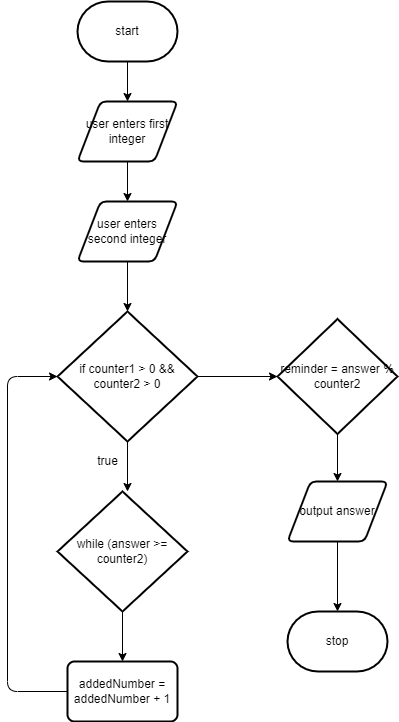
Earlier version of the draw.io export designs/flowchart.png (zaida-hammel/ICS2O-Unit5-08-JS). Source tidied: cells renumbered, new cells last; positions are measured from the earlier drawing's top-left corner, leaving out a move shared by most shapes. Source of this version:
```xml
<mxGraphModel>
  <root>
    <mxCell id="0" />
    <mxCell id="1" parent="0" />
    <mxCell id="2" style="edgeStyle=none;html=1;" parent="1" edge="1" source="3" target="5">
      <mxGeometry relative="1" as="geometry" />
    </mxCell>
    <mxCell id="3" value="start" style="strokeWidth=2;html=1;shape=mxgraph.flowchart.terminator;whiteSpace=wrap;" parent="1" vertex="1">
      <mxGeometry x="70" width="100" height="60" as="geometry" />
    </mxCell>
    <mxCell id="4" style="edgeStyle=none;html=1;" parent="1" edge="1" source="5" target="7">
      <mxGeometry relative="1" as="geometry" />
    </mxCell>
    <mxCell id="5" value="user enters first integer" style="shape=parallelogram;html=1;strokeWidth=2;perimeter=parallelogramPerimeter;whiteSpace=wrap;rounded=1;arcSize=12;size=0.23;" parent="1" vertex="1">
      <mxGeometry x="70" y="100" width="100" height="60" as="geometry" />
    </mxCell>
    <mxCell id="6" style="edgeStyle=none;html=1;" parent="1" edge="1" source="7" target="10">
      <mxGeometry relative="1" as="geometry" />
    </mxCell>
    <mxCell id="7" value="user enters second integer" style="shape=parallelogram;html=1;strokeWidth=2;perimeter=parallelogramPerimeter;whiteSpace=wrap;rounded=1;arcSize=12;size=0.23;" parent="1" vertex="1">
      <mxGeometry x="70" y="200" width="100" height="60" as="geometry" />
    </mxCell>
    <mxCell id="8" style="edgeStyle=none;html=1;entryX=0.5;entryY=0;entryDx=0;entryDy=0;" parent="1" edge="1" source="10">
      <mxGeometry relative="1" as="geometry">
        <mxPoint x="120" y="490" as="targetPoint" />
      </mxGeometry>
    </mxCell>
    <mxCell id="9" style="edgeStyle=none;html=1;" parent="1" edge="1" source="10" target="16">
      <mxGeometry relative="1" as="geometry" />
    </mxCell>
    <mxCell id="10" value="if counter1 &amp;gt; 0 &amp;amp;&amp;amp;&lt;br&gt;counter2 &amp;gt; 0" style="strokeWidth=2;html=1;shape=mxgraph.flowchart.decision;whiteSpace=wrap;" parent="1" vertex="1">
      <mxGeometry x="50" y="310" width="140" height="130" as="geometry" />
    </mxCell>
    <mxCell id="11" value="true" style="text;html=1;align=center;verticalAlign=middle;strokeColor=none;fillColor=none;" parent="1" vertex="1">
      <mxGeometry x="80" y="450" width="40" height="20" as="geometry" />
    </mxCell>
    <mxCell id="12" style="edgeStyle=none;html=1;" parent="1" edge="1" source="13" target="14">
      <mxGeometry relative="1" as="geometry" />
    </mxCell>
    <mxCell id="13" value="while (answer &amp;gt;= counter2)" style="strokeWidth=2;html=1;shape=mxgraph.flowchart.decision;whiteSpace=wrap;" parent="1" vertex="1">
      <mxGeometry x="50" y="490" width="130" height="120" as="geometry" />
    </mxCell>
    <mxCell id="14" value="&lt;div&gt;addedNumber = addedNumber + 1&lt;/div&gt;" style="rounded=1;whiteSpace=wrap;html=1;absoluteArcSize=1;arcSize=14;strokeWidth=2;" parent="1" vertex="1">
      <mxGeometry x="60" y="660" width="110" height="60" as="geometry" />
    </mxCell>
    <mxCell id="15" style="edgeStyle=none;html=1;" parent="1" edge="1" source="16" target="18">
      <mxGeometry relative="1" as="geometry" />
    </mxCell>
    <mxCell id="16" value="reminder = answer % counter2" style="strokeWidth=2;html=1;shape=mxgraph.flowchart.decision;whiteSpace=wrap;" parent="1" vertex="1">
      <mxGeometry x="270" y="317.5" width="120" height="115" as="geometry" />
    </mxCell>
    <mxCell id="17" style="edgeStyle=none;html=1;" parent="1" edge="1" source="18">
      <mxGeometry relative="1" as="geometry">
        <mxPoint x="330" y="610" as="targetPoint" />
      </mxGeometry>
    </mxCell>
    <mxCell id="18" value="output answer" style="shape=parallelogram;html=1;strokeWidth=2;perimeter=parallelogramPerimeter;whiteSpace=wrap;rounded=1;arcSize=12;size=0.23;" parent="1" vertex="1">
      <mxGeometry x="280" y="480" width="100" height="60" as="geometry" />
    </mxCell>
    <mxCell id="19" style="edgeStyle=segmentEdgeStyle;endArrow=classic;html=1;exitX=0;exitY=0.5;exitDx=0;exitDy=0;entryX=0;entryY=0.5;entryDx=0;entryDy=0;entryPerimeter=0;" parent="1" edge="1" source="14" target="10">
      <mxGeometry relative="1" as="geometry">
        <Array as="points">
          <mxPoint y="690" />
          <mxPoint y="375" />
        </Array>
      </mxGeometry>
    </mxCell>
    <mxCell id="20" value="stop" style="strokeWidth=2;html=1;shape=mxgraph.flowchart.terminator;whiteSpace=wrap;" parent="1" vertex="1">
      <mxGeometry x="280" y="610" width="100" height="60" as="geometry" />
    </mxCell>
  </root>
</mxGraphModel>
```
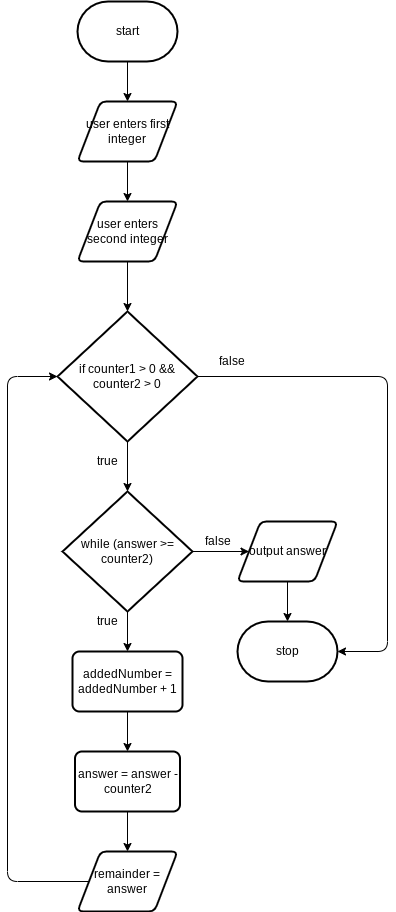
The same diagram one commit later.

Change to the diagram source:
```diff
@@ -25,9 +25,6 @@
         <mxPoint x="120" y="490" as="targetPoint" />
       </mxGeometry>
     </mxCell>
-    <mxCell id="9" style="edgeStyle=none;html=1;" parent="1" edge="1" source="10" target="16">
-      <mxGeometry relative="1" as="geometry" />
-    </mxCell>
     <mxCell id="10" value="if counter1 &amp;gt; 0 &amp;amp;&amp;amp;&lt;br&gt;counter2 &amp;gt; 0" style="strokeWidth=2;html=1;shape=mxgraph.flowchart.decision;whiteSpace=wrap;" parent="1" vertex="1">
       <mxGeometry x="50" y="310" width="140" height="130" as="geometry" />
     </mxCell>
@@ -37,36 +34,65 @@
     <mxCell id="12" style="edgeStyle=none;html=1;" parent="1" edge="1" source="13" target="14">
       <mxGeometry relative="1" as="geometry" />
     </mxCell>
+    <mxCell id="21" style="edgeStyle=none;html=1;entryX=0;entryY=0.5;entryDx=0;entryDy=0;" parent="1" edge="1" source="13" target="18">
+      <mxGeometry relative="1" as="geometry" />
+    </mxCell>
     <mxCell id="13" value="while (answer &amp;gt;= counter2)" style="strokeWidth=2;html=1;shape=mxgraph.flowchart.decision;whiteSpace=wrap;" parent="1" vertex="1">
-      <mxGeometry x="50" y="490" width="130" height="120" as="geometry" />
+      <mxGeometry x="55" y="490" width="130" height="120" as="geometry" />
     </mxCell>
+    <mxCell id="22" style="edgeStyle=none;html=1;entryX=0.5;entryY=0;entryDx=0;entryDy=0;" parent="1" edge="1" source="14" target="24">
+      <mxGeometry relative="1" as="geometry" />
+    </mxCell>
     <mxCell id="14" value="&lt;div&gt;addedNumber = addedNumber + 1&lt;/div&gt;" style="rounded=1;whiteSpace=wrap;html=1;absoluteArcSize=1;arcSize=14;strokeWidth=2;" parent="1" vertex="1">
-      <mxGeometry x="60" y="660" width="110" height="60" as="geometry" />
+      <mxGeometry x="65" y="650" width="110" height="60" as="geometry" />
     </mxCell>
-    <mxCell id="15" style="edgeStyle=none;html=1;" parent="1" edge="1" source="16" target="18">
-      <mxGeometry relative="1" as="geometry" />
-    </mxCell>
-    <mxCell id="16" value="reminder = answer % counter2" style="strokeWidth=2;html=1;shape=mxgraph.flowchart.decision;whiteSpace=wrap;" parent="1" vertex="1">
-      <mxGeometry x="270" y="317.5" width="120" height="115" as="geometry" />
-    </mxCell>
-    <mxCell id="17" style="edgeStyle=none;html=1;" parent="1" edge="1" source="18">
-      <mxGeometry relative="1" as="geometry">
-        <mxPoint x="330" y="610" as="targetPoint" />
-      </mxGeometry>
+    <mxCell id="17" style="edgeStyle=none;html=1;entryX=0.5;entryY=0;entryDx=0;entryDy=0;entryPerimeter=0;" parent="1" edge="1" source="18" target="20">
+      <mxGeometry relative="1" as="geometry" />
     </mxCell>
     <mxCell id="18" value="output answer" style="shape=parallelogram;html=1;strokeWidth=2;perimeter=parallelogramPerimeter;whiteSpace=wrap;rounded=1;arcSize=12;size=0.23;" parent="1" vertex="1">
-      <mxGeometry x="280" y="480" width="100" height="60" as="geometry" />
+      <mxGeometry x="230" y="520" width="100" height="60" as="geometry" />
     </mxCell>
-    <mxCell id="19" style="edgeStyle=segmentEdgeStyle;endArrow=classic;html=1;exitX=0;exitY=0.5;exitDx=0;exitDy=0;entryX=0;entryY=0.5;entryDx=0;entryDy=0;entryPerimeter=0;" parent="1" edge="1" source="14" target="10">
+    <mxCell id="19" style="edgeStyle=segmentEdgeStyle;endArrow=classic;html=1;entryX=0;entryY=0.5;entryDx=0;entryDy=0;entryPerimeter=0;exitX=0;exitY=0.5;exitDx=0;exitDy=0;" parent="1" edge="1" source="28" target="10">
       <mxGeometry relative="1" as="geometry">
         <Array as="points">
-          <mxPoint y="690" />
+          <mxPoint y="880" />
           <mxPoint y="375" />
         </Array>
       </mxGeometry>
     </mxCell>
+    <mxCell id="23" style="edgeStyle=none;html=1;" parent="1" edge="1" source="24" target="28">
+      <mxGeometry relative="1" as="geometry" />
+    </mxCell>
+    <mxCell id="24" value="answer = answer - counter2" style="rounded=1;whiteSpace=wrap;html=1;absoluteArcSize=1;arcSize=14;strokeWidth=2;" parent="1" vertex="1">
+      <mxGeometry x="67.5" y="750" width="105" height="60" as="geometry" />
+    </mxCell>
+    <mxCell id="25" value="false" style="text;html=1;align=center;verticalAlign=middle;strokeColor=none;fillColor=none;" parent="1" vertex="1">
+      <mxGeometry x="204" y="350" width="40" height="20" as="geometry" />
+    </mxCell>
+    <mxCell id="26" value="true" style="text;html=1;align=center;verticalAlign=middle;strokeColor=none;fillColor=none;" parent="1" vertex="1">
+      <mxGeometry x="80" y="610" width="40" height="20" as="geometry" />
+    </mxCell>
     <mxCell id="20" value="stop" style="strokeWidth=2;html=1;shape=mxgraph.flowchart.terminator;whiteSpace=wrap;" parent="1" vertex="1">
-      <mxGeometry x="280" y="610" width="100" height="60" as="geometry" />
+      <mxGeometry x="230" y="620" width="100" height="60" as="geometry" />
     </mxCell>
+    <mxCell id="27" style="edgeStyle=segmentEdgeStyle;endArrow=classic;html=1;exitX=1;exitY=0.5;exitDx=0;exitDy=0;exitPerimeter=0;entryX=1;entryY=0.5;entryDx=0;entryDy=0;entryPerimeter=0;" parent="1" edge="1" source="10" target="20">
+      <mxGeometry relative="1" as="geometry">
+        <Array as="points">
+          <mxPoint x="380" y="375" />
+          <mxPoint x="380" y="650" />
+        </Array>
+      </mxGeometry>
+    </mxCell>
+    <mxCell id="28" value="remainder = answer" style="shape=parallelogram;html=1;strokeWidth=2;perimeter=parallelogramPerimeter;whiteSpace=wrap;rounded=1;arcSize=12;size=0.23;" parent="1" vertex="1">
+      <mxGeometry x="70" y="850" width="100" height="60" as="geometry" />
+    </mxCell>
+    <mxCell id="29" style="edgeStyle=none;html=1;endArrow=none;" parent="1" edge="1" source="13">
+      <mxGeometry relative="1" as="geometry">
+        <mxPoint x="184" y="550" as="targetPoint" />
+      </mxGeometry>
+    </mxCell>
+    <mxCell id="30" value="false" style="text;html=1;align=center;verticalAlign=middle;strokeColor=none;fillColor=none;" parent="1" vertex="1">
+      <mxGeometry x="190" y="530" width="40" height="20" as="geometry" />
+    </mxCell>
   </root>
 </mxGraphModel>
```
